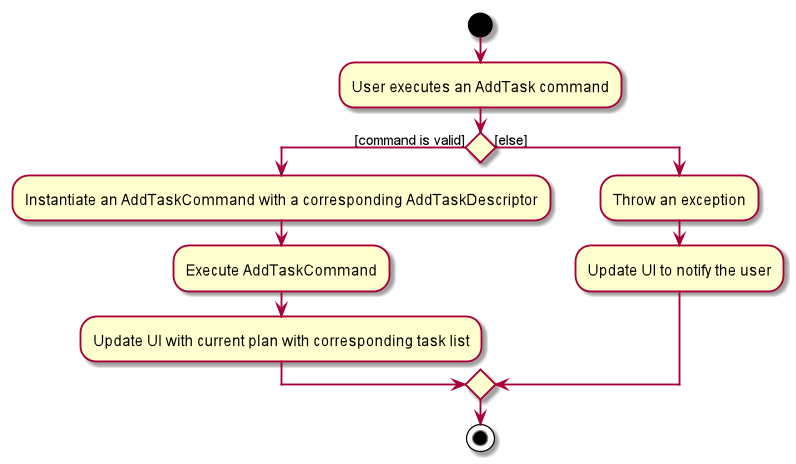
Before: docs/images/task/AddTaskCommandActivityDiagram.png, a diagram exported from PlantUML (nus-cs2103-AY1920S1/addressbook-level3).
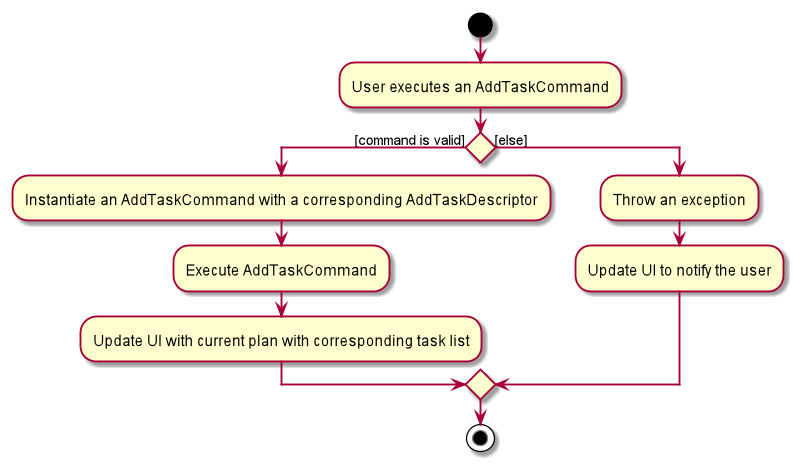
The same file after the commit.

What changed in the source:
```diff
@@ -2,7 +2,7 @@
 
 start
 
-:User executes an AddTask command;
+:User executes an AddTaskCommand;
 
 if () then ([command is valid])
 	:Instantiate an AddTaskCommand with a corresponding AddTaskDescriptor;
```
